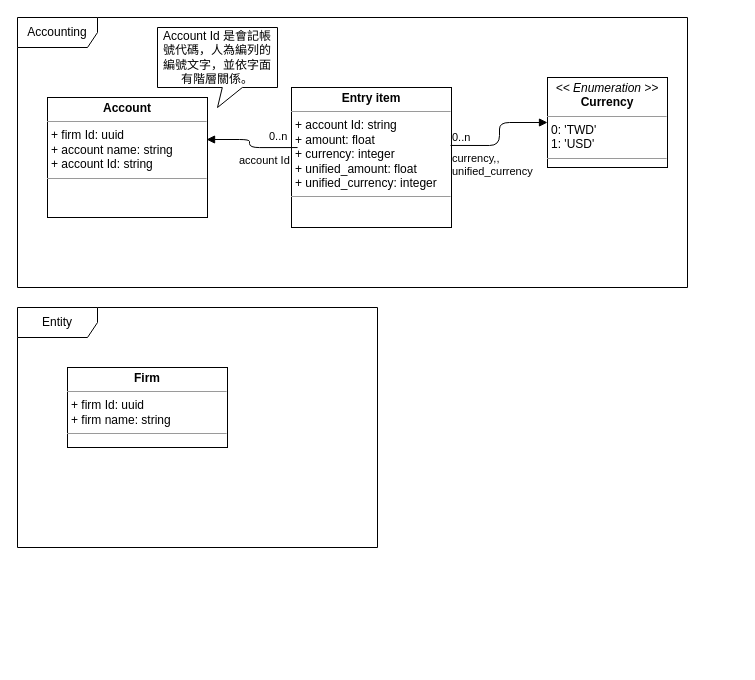
This is v0/design/account_n_entry.drawio from YauHsien/accounting, a draw.io file, before an edit. Source tidied: cells renumbered, new cells numbered last; positions are measured from the earlier drawing's top-left corner, leaving out a move shared by most shapes. Both pictures are drawn from the tidied source at 100%, with x=0, y=0 at pixel (17, 17).
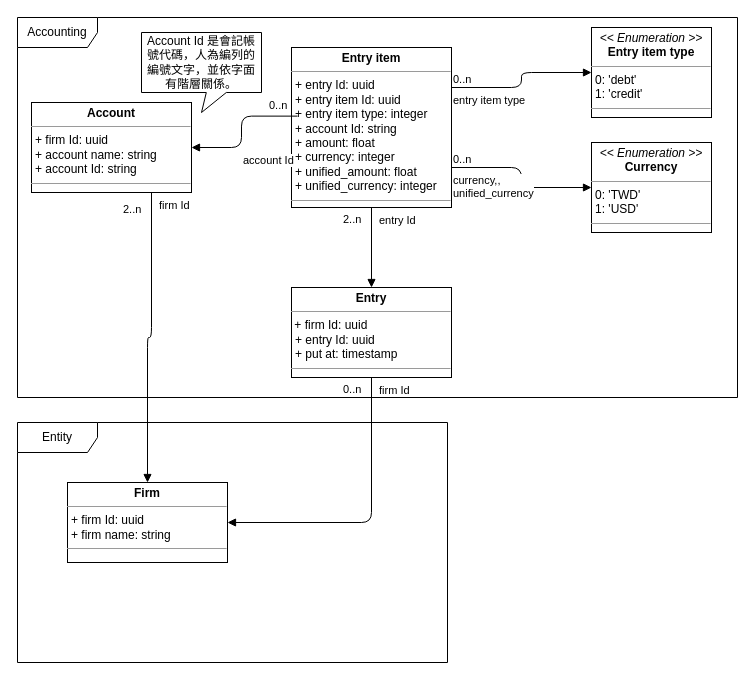
The same diagram, later.

Commit message (it also covers changes not shown here):
更新 v0 設計圖

Change to the diagram source:
```diff
@@
     <mxCell id="2" value="Accounting" style="shape=umlFrame;whiteSpace=wrap;html=1;width=80;height=30;" parent="1" vertex="1">
-      <mxGeometry width="670" height="270" as="geometry" />
+      <mxGeometry width="720" height="380" as="geometry" />
     </mxCell>
     <mxCell id="3" value="&lt;p style=&quot;margin: 0px ; margin-top: 4px ; text-align: center&quot;&gt;&lt;b&gt;Account&lt;/b&gt;&lt;/p&gt;&lt;hr size=&quot;1&quot;&gt;&lt;p style=&quot;margin: 0px ; margin-left: 4px&quot;&gt;+ firm Id: uuid&lt;/p&gt;&lt;p style=&quot;margin: 0px ; margin-left: 4px&quot;&gt;+ account name: string&lt;/p&gt;&lt;p style=&quot;margin: 0px ; margin-left: 4px&quot;&gt;+ account Id: string&lt;/p&gt;&lt;hr size=&quot;1&quot;&gt;&lt;p style=&quot;margin: 0px ; margin-left: 4px&quot;&gt;&lt;br&gt;&lt;/p&gt;" style="verticalAlign=top;align=left;overflow=fill;fontSize=12;fontFamily=Helvetica;html=1;" parent="1" vertex="1">
-      <mxGeometry x="30" y="80" width="160" height="120" as="geometry" />
+      <mxGeometry x="14" y="85" width="160" height="90" as="geometry" />
     </mxCell>
     <mxCell id="4" value="Account Id 是會記帳號代碼，人為編列的編號文字，並依字面有階層關係。" style="shape=callout;whiteSpace=wrap;html=1;perimeter=calloutPerimeter;size=20;position=0.54;" parent="1" vertex="1">
-      <mxGeometry x="140" y="10" width="120" height="80" as="geometry" />
+      <mxGeometry x="124" y="15" width="120" height="80" as="geometry" />
     </mxCell>
-    <mxCell id="5" value="&lt;p style=&quot;margin: 0px ; margin-top: 4px ; text-align: center&quot;&gt;&lt;b&gt;Entry item&lt;/b&gt;&lt;/p&gt;&lt;hr size=&quot;1&quot;&gt;&lt;p style=&quot;margin: 0px ; margin-left: 4px&quot;&gt;+ account Id: string&lt;/p&gt;&lt;p style=&quot;margin: 0px ; margin-left: 4px&quot;&gt;+ amount: float&lt;/p&gt;&lt;p style=&quot;margin: 0px ; margin-left: 4px&quot;&gt;+ currency: integer&lt;/p&gt;&lt;p style=&quot;margin: 0px ; margin-left: 4px&quot;&gt;+ unified_amount: float&lt;/p&gt;&lt;p style=&quot;margin: 0px ; margin-left: 4px&quot;&gt;+ unified_currency: integer&lt;/p&gt;&lt;hr size=&quot;1&quot;&gt;&lt;p style=&quot;margin: 0px ; margin-left: 4px&quot;&gt;&lt;br&gt;&lt;/p&gt;" style="verticalAlign=top;align=left;overflow=fill;fontSize=12;fontFamily=Helvetica;html=1;" parent="1" vertex="1">
-      <mxGeometry x="274" y="70" width="160" height="140" as="geometry" />
+    <mxCell id="5" value="&lt;p style=&quot;margin: 0px ; margin-top: 4px ; text-align: center&quot;&gt;&lt;b&gt;Entry item&lt;/b&gt;&lt;/p&gt;&lt;hr size=&quot;1&quot;&gt;&lt;p style=&quot;margin: 0px ; margin-left: 4px&quot;&gt;&lt;span&gt;+ entry Id: uuid&lt;/span&gt;&lt;br&gt;&lt;/p&gt;&lt;p style=&quot;margin: 0px ; margin-left: 4px&quot;&gt;+ entry item Id: uuid&lt;/p&gt;&lt;p style=&quot;margin: 0px ; margin-left: 4px&quot;&gt;+ entry item type: integer&lt;/p&gt;&lt;p style=&quot;margin: 0px ; margin-left: 4px&quot;&gt;+ account Id: string&lt;/p&gt;&lt;p style=&quot;margin: 0px ; margin-left: 4px&quot;&gt;+ amount: float&lt;/p&gt;&lt;p style=&quot;margin: 0px ; margin-left: 4px&quot;&gt;+ currency: integer&lt;/p&gt;&lt;p style=&quot;margin: 0px ; margin-left: 4px&quot;&gt;+ unified_amount: float&lt;/p&gt;&lt;p style=&quot;margin: 0px ; margin-left: 4px&quot;&gt;+ unified_currency: integer&lt;/p&gt;&lt;hr size=&quot;1&quot;&gt;&lt;p style=&quot;margin: 0px ; margin-left: 4px&quot;&gt;&lt;br&gt;&lt;/p&gt;" style="verticalAlign=top;align=left;overflow=fill;fontSize=12;fontFamily=Helvetica;html=1;" parent="1" vertex="1">
+      <mxGeometry x="274" y="30" width="160" height="160" as="geometry" />
     </mxCell>
     <mxCell id="6" value="&lt;p style=&quot;margin: 0px ; margin-top: 4px ; text-align: center&quot;&gt;&lt;i&gt;&amp;lt;&amp;lt; Enumeration &amp;gt;&amp;gt;&lt;/i&gt;&lt;br&gt;&lt;b&gt;Currency&lt;/b&gt;&lt;/p&gt;&lt;hr size=&quot;1&quot;&gt;&lt;p style=&quot;margin: 0px ; margin-left: 4px&quot;&gt;0: 'TWD'&lt;br&gt;1: 'USD'&lt;/p&gt;&lt;hr size=&quot;1&quot;&gt;&lt;p style=&quot;margin: 0px ; margin-left: 4px&quot;&gt;&lt;br&gt;&lt;/p&gt;" style="verticalAlign=top;align=left;overflow=fill;fontSize=12;fontFamily=Helvetica;html=1;" parent="1" vertex="1">
-      <mxGeometry x="530" y="60" width="120" height="90" as="geometry" />
+      <mxGeometry x="574" y="125" width="120" height="90" as="geometry" />
     </mxCell>
-    <mxCell id="7" value="currency,,&lt;br&gt;unified_currency" style="endArrow=block;endFill=1;html=1;edgeStyle=orthogonalEdgeStyle;align=left;verticalAlign=top;exitX=0.994;exitY=0.414;exitDx=0;exitDy=0;exitPerimeter=0;" parent="1" edge="1" source="5" target="6">
+    <mxCell id="7" value="currency,,&lt;br&gt;unified_currency" style="endArrow=block;endFill=1;html=1;edgeStyle=orthogonalEdgeStyle;align=left;verticalAlign=top;exitX=1;exitY=0.75;exitDx=0;exitDy=0;entryX=0;entryY=0.5;entryDx=0;entryDy=0;" parent="1" edge="1" source="5" target="6">
       <mxGeometry x="-1" relative="1" as="geometry" />
     </mxCell>
@@
-    <mxCell id="9" value="account Id" style="endArrow=block;endFill=1;html=1;edgeStyle=orthogonalEdgeStyle;align=left;verticalAlign=top;exitX=0.038;exitY=0.429;exitDx=0;exitDy=0;exitPerimeter=0;entryX=0.994;entryY=0.35;entryDx=0;entryDy=0;entryPerimeter=0;" parent="1" edge="1" source="5" target="3">
-      <mxGeometry x="0.38" y="8" relative="1" as="geometry" />
+    <mxCell id="9" value="account Id" style="endArrow=block;endFill=1;html=1;edgeStyle=orthogonalEdgeStyle;align=left;verticalAlign=top;exitX=0.038;exitY=0.429;exitDx=0;exitDy=0;exitPerimeter=0;entryX=1;entryY=0.5;entryDx=0;entryDy=0;" parent="1" edge="1" source="5" target="3">
+      <mxGeometry x="0.27" relative="1" as="geometry" />
     </mxCell>
@@
     <mxCell id="11" value="Entity" style="shape=umlFrame;whiteSpace=wrap;html=1;width=80;height=30;" parent="1" vertex="1">
-      <mxGeometry y="290" width="360" height="240" as="geometry" />
+      <mxGeometry y="405" width="430" height="240" as="geometry" />
     </mxCell>
     <mxCell id="12" value="&lt;p style=&quot;margin: 0px ; margin-top: 4px ; text-align: center&quot;&gt;&lt;b&gt;Firm&lt;/b&gt;&lt;/p&gt;&lt;hr size=&quot;1&quot;&gt;&lt;p style=&quot;margin: 0px ; margin-left: 4px&quot;&gt;+ firm Id: uuid&lt;/p&gt;&lt;p style=&quot;margin: 0px ; margin-left: 4px&quot;&gt;+ firm name: string&lt;/p&gt;&lt;hr size=&quot;1&quot;&gt;&lt;p style=&quot;margin: 0px ; margin-left: 4px&quot;&gt;&lt;br&gt;&lt;/p&gt;" style="verticalAlign=top;align=left;overflow=fill;fontSize=12;fontFamily=Helvetica;html=1;" parent="1" vertex="1">
-      <mxGeometry x="50" y="350" width="160" height="80" as="geometry" />
+      <mxGeometry x="50" y="465" width="160" height="80" as="geometry" />
     </mxCell>
+    <mxCell id="13" value="&lt;p style=&quot;margin: 0px ; margin-top: 4px ; text-align: center&quot;&gt;&lt;b&gt;Entry&lt;/b&gt;&lt;/p&gt;&lt;hr size=&quot;1&quot;&gt;&amp;nbsp;+ firm Id: uuid&lt;br&gt;&lt;p style=&quot;margin: 0px ; margin-left: 4px&quot;&gt;+ entry Id: uuid&lt;/p&gt;&lt;p style=&quot;margin: 0px ; margin-left: 4px&quot;&gt;+ put at: timestamp&lt;/p&gt;&lt;hr size=&quot;1&quot;&gt;&lt;p style=&quot;margin: 0px ; margin-left: 4px&quot;&gt;&lt;br&gt;&lt;/p&gt;" style="verticalAlign=top;align=left;overflow=fill;fontSize=12;fontFamily=Helvetica;html=1;" parent="1" vertex="1">
+      <mxGeometry x="274" y="270" width="160" height="90" as="geometry" />
+    </mxCell>
+    <mxCell id="14" value="firm Id" style="endArrow=block;endFill=1;html=1;edgeStyle=orthogonalEdgeStyle;align=left;verticalAlign=top;exitX=0.5;exitY=1;exitDx=0;exitDy=0;entryX=1;entryY=0.5;entryDx=0;entryDy=0;" parent="1" edge="1" source="13" target="12">
+      <mxGeometry x="-1" y="6" relative="1" as="geometry" />
+    </mxCell>
+    <mxCell id="15" value="0..n" style="edgeLabel;html=1;align=left;verticalAlign=bottom;" parent="14" vertex="1">
+      <mxGeometry x="-1" relative="1" as="geometry">
+        <mxPoint x="-30" y="20" as="offset" />
+      </mxGeometry>
+    </mxCell>
+    <mxCell id="16" value="&lt;p style=&quot;margin: 0px ; margin-top: 4px ; text-align: center&quot;&gt;&lt;i&gt;&amp;lt;&amp;lt; Enumeration &amp;gt;&amp;gt;&lt;/i&gt;&lt;br&gt;&lt;b&gt;Entry item type&lt;/b&gt;&lt;/p&gt;&lt;hr size=&quot;1&quot;&gt;&lt;p style=&quot;margin: 0px ; margin-left: 4px&quot;&gt;0: 'debt'&lt;br&gt;1: 'credit'&lt;/p&gt;&lt;hr size=&quot;1&quot;&gt;&lt;p style=&quot;margin: 0px ; margin-left: 4px&quot;&gt;&lt;br&gt;&lt;/p&gt;" style="verticalAlign=top;align=left;overflow=fill;fontSize=12;fontFamily=Helvetica;html=1;" parent="1" vertex="1">
+      <mxGeometry x="574" y="10" width="120" height="90" as="geometry" />
+    </mxCell>
+    <mxCell id="17" value="entry item type" style="endArrow=block;endFill=1;html=1;edgeStyle=orthogonalEdgeStyle;align=left;verticalAlign=top;exitX=1;exitY=0.25;exitDx=0;exitDy=0;entryX=0;entryY=0.5;entryDx=0;entryDy=0;" parent="1" edge="1" source="5" target="16">
+      <mxGeometry x="-1" relative="1" as="geometry" />
+    </mxCell>
+    <mxCell id="18" value="0..n" style="edgeLabel;html=1;align=left;verticalAlign=bottom;" parent="17" vertex="1">
+      <mxGeometry x="-1" relative="1" as="geometry" />
+    </mxCell>
+    <mxCell id="19" value="entry Id" style="endArrow=block;endFill=1;html=1;edgeStyle=orthogonalEdgeStyle;align=left;verticalAlign=top;exitX=0.5;exitY=1;exitDx=0;exitDy=0;entryX=0.5;entryY=0;entryDx=0;entryDy=0;" parent="1" edge="1" source="5" target="13">
+      <mxGeometry x="-1" y="6" relative="1" as="geometry" />
+    </mxCell>
+    <mxCell id="20" value="2..n" style="edgeLabel;html=1;align=left;verticalAlign=bottom;" parent="19" vertex="1">
+      <mxGeometry x="-1" relative="1" as="geometry">
+        <mxPoint x="-30" y="20" as="offset" />
+      </mxGeometry>
+    </mxCell>
+    <mxCell id="21" value="firm Id" style="endArrow=block;endFill=1;html=1;edgeStyle=orthogonalEdgeStyle;align=left;verticalAlign=top;exitX=0.75;exitY=1;exitDx=0;exitDy=0;entryX=0.5;entryY=0;entryDx=0;entryDy=0;" parent="1" edge="1" source="3" target="12">
+      <mxGeometry x="-1" y="6" relative="1" as="geometry" />
+    </mxCell>
+    <mxCell id="22" value="2..n" style="edgeLabel;html=1;align=left;verticalAlign=bottom;" parent="21" vertex="1">
+      <mxGeometry x="-1" relative="1" as="geometry">
+        <mxPoint x="-30" y="25" as="offset" />
+      </mxGeometry>
+    </mxCell>
```
